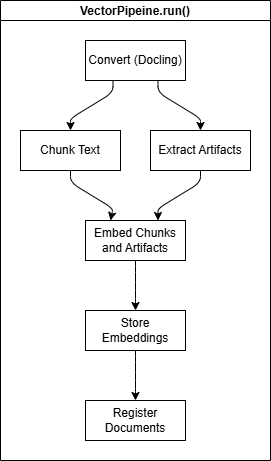
The draw.io diagram core-pipeline.png in dkylewillis/vector, before a commit. Source tidied: cells renumbered, new cells last; positions are measured from the earlier drawing's top-left corner, leaving out a move shared by most shapes.
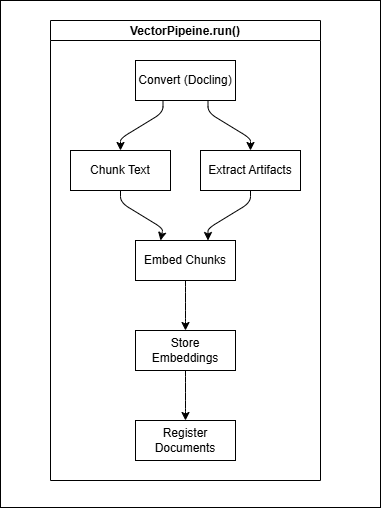
The same file after the commit.

Change to the diagram source:
```diff
@@ -2,6 +2,9 @@
   <root>
     <mxCell id="0" />
     <mxCell id="1" parent="0" />
+    <mxCell id="15" style="rounded=0;whiteSpace=wrap;html=1;" parent="1" vertex="1">
+      <mxGeometry x="-50" y="-20" width="380" height="507" as="geometry" />
+    </mxCell>
     <mxCell id="2" value="VectorPipeine.run()" style="swimlane;startSize=20;horizontal=1;flowOrientation=north;interRankCellSpacing=50;containerType=tree;fontSize=12;" parent="1" vertex="1">
       <mxGeometry width="270" height="460" as="geometry" />
     </mxCell>
@@ -46,7 +49,7 @@
         </Array>
       </mxGeometry>
     </mxCell>
-    <mxCell id="10" value="Embed Chunks and Artifacts" style="whiteSpace=wrap;html=1;" parent="2" vertex="1">
+    <mxCell id="10" value="Embed Chunks" style="whiteSpace=wrap;html=1;" parent="2" vertex="1">
       <mxGeometry x="85" y="220" width="100" height="40" as="geometry" />
     </mxCell>
     <mxCell id="11" style="html=1;rounded=1;curved=0;sourcePerimeterSpacing=0;targetPerimeterSpacing=0;startSize=6;endSize=6;noEdgeStyle=1;orthogonal=1;" parent="2" edge="1" source="10" target="12">
```
